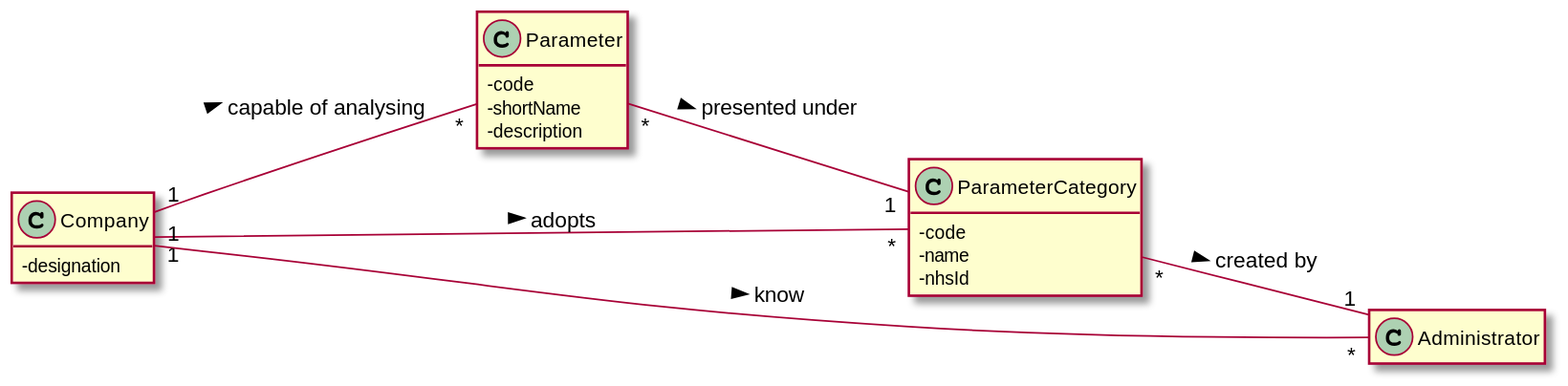
Earlier version of the PlantUML export docs/SprintB/US_10/US010_MD.svg (ana-albergaria/LAPR2-ISEP).
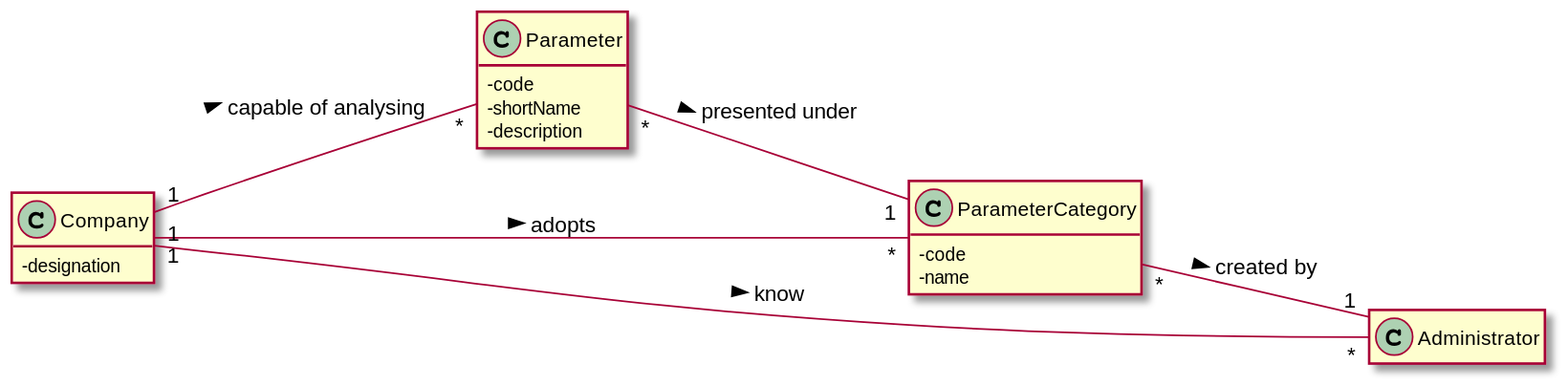
Above is the later version.

Diff of the diagram source:
```diff
@@ -18,7 +18,6 @@
 class ParameterCategory {
   -code
   -name
-  -nhsId
 }
 
 class Administrator {
```
